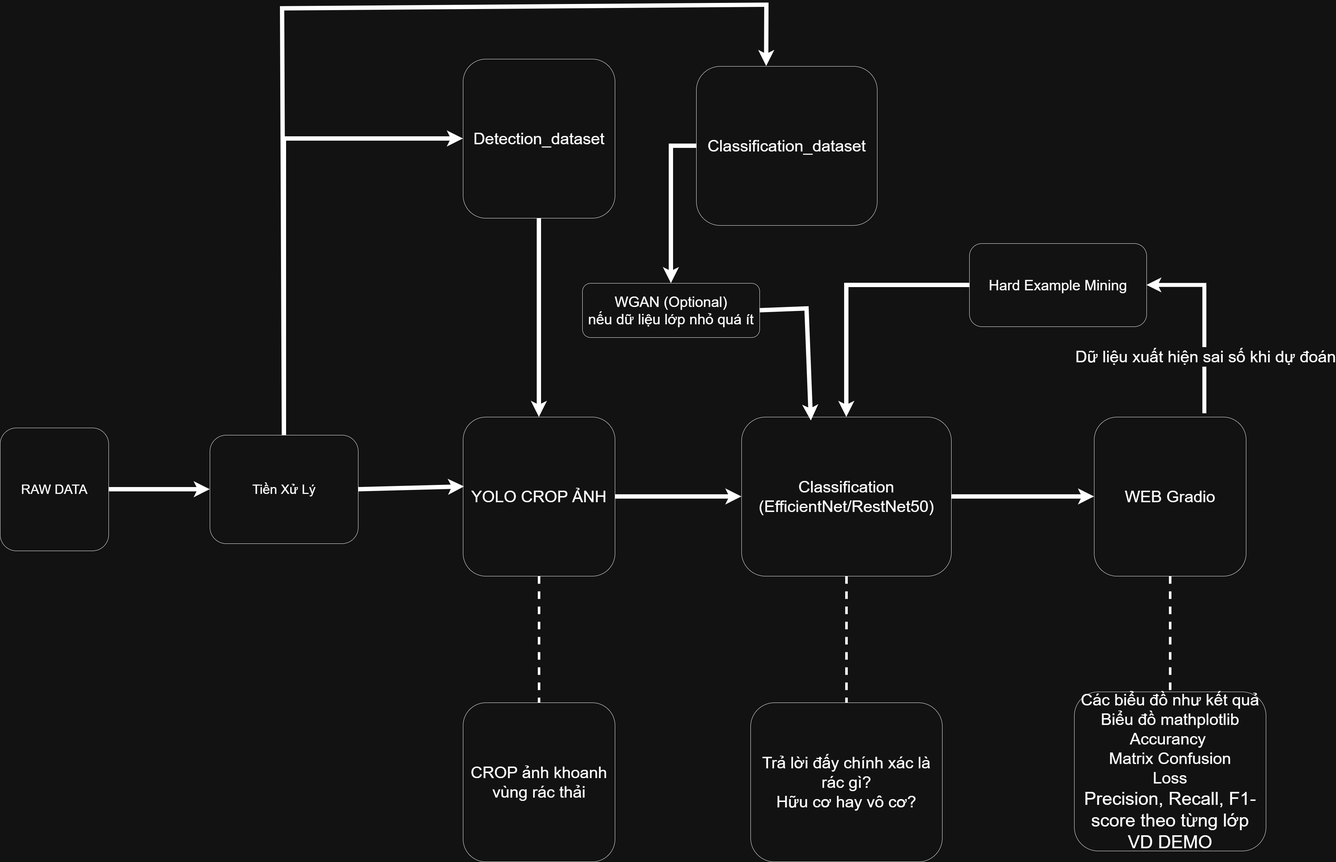
Before: assets/pipeline_overview.png, a diagram exported from draw.io (Vassy63/Waste-classification-n-detection-2526). Source tidied: cells renumbered, new cells last; positions are measured from the earlier drawing's top-left corner, leaving out a move shared by most shapes. Its diagram source:
```xml
<mxGraphModel>
  <root>
    <mxCell id="0" />
    <mxCell id="1" parent="0" />
    <mxCell id="2" value="&lt;font style=&quot;font-size: 36px;&quot;&gt;RAW DATA&lt;/font&gt;" style="rounded=1;whiteSpace=wrap;html=1;" parent="1" vertex="1">
      <mxGeometry y="1170" width="300" height="340" as="geometry" />
    </mxCell>
    <mxCell id="3" value="&lt;font style=&quot;font-size: 36px;&quot;&gt;Tiền Xử Lý&lt;/font&gt;" style="rounded=1;whiteSpace=wrap;html=1;" parent="1" vertex="1">
      <mxGeometry x="580" y="1190" width="410" height="300" as="geometry" />
    </mxCell>
    <mxCell id="4" value="&lt;font style=&quot;font-size: 45px;&quot;&gt;YOLO CROP ẢNH&lt;/font&gt;" style="rounded=1;whiteSpace=wrap;html=1;" parent="1" vertex="1">
      <mxGeometry x="1280" y="1140" width="420" height="440" as="geometry" />
    </mxCell>
    <mxCell id="5" value="&lt;font style=&quot;font-size: 45px;&quot;&gt;Classification (EfficientNet/RestNet50)&lt;/font&gt;" style="rounded=1;whiteSpace=wrap;html=1;" parent="1" vertex="1">
      <mxGeometry x="2050" y="1140" width="580" height="440" as="geometry" />
    </mxCell>
    <mxCell id="6" value="&lt;span style=&quot;font-size: 45px;&quot;&gt;WEB Gradio&lt;/span&gt;" style="rounded=1;whiteSpace=wrap;html=1;" parent="1" vertex="1">
      <mxGeometry x="3025" y="1140" width="420" height="440" as="geometry" />
    </mxCell>
    <mxCell id="7" value="&lt;span style=&quot;font-size: 45px;&quot;&gt;CROP ảnh khoanh vùng rác thải&lt;/span&gt;" style="rounded=1;whiteSpace=wrap;html=1;" parent="1" vertex="1">
      <mxGeometry x="1280" y="1930" width="420" height="440" as="geometry" />
    </mxCell>
    <mxCell id="8" value="&lt;span style=&quot;font-size: 45px;&quot;&gt;Trả lời đấy chính xác là rác gì?&lt;br&gt;Hữu cơ hay vô cơ?&lt;/span&gt;" style="rounded=1;whiteSpace=wrap;html=1;" parent="1" vertex="1">
      <mxGeometry x="2075" y="1930" width="530" height="440" as="geometry" />
    </mxCell>
    <mxCell id="9" value="&lt;span style=&quot;font-size: 45px;&quot;&gt;Các biểu đồ như kết quả&lt;br&gt;Biểu đồ mathplotlib&lt;br&gt;Accurancy&amp;nbsp;&lt;br&gt;Matrix Confusion&lt;br&gt;Loss&lt;/span&gt;&lt;div&gt;&lt;font style=&quot;font-size: 50px;&quot;&gt;Precision, Recall, F1-score theo từng lớp&lt;br&gt;VD DEMO&lt;/font&gt;&lt;span style=&quot;font-size: 45px;&quot;&gt;&lt;/span&gt;&lt;/div&gt;" style="rounded=1;whiteSpace=wrap;html=1;" parent="1" vertex="1">
      <mxGeometry x="2970" y="1900" width="530" height="440" as="geometry" />
    </mxCell>
    <mxCell id="10" value="&lt;span style=&quot;font-size: 45px;&quot;&gt;Detection_dataset&lt;/span&gt;" style="rounded=1;whiteSpace=wrap;html=1;" parent="1" vertex="1">
      <mxGeometry x="1280" y="150" width="420" height="440" as="geometry" />
    </mxCell>
    <mxCell id="11" value="&lt;span style=&quot;font-size: 45px;&quot;&gt;Classification_dataset&lt;/span&gt;" style="rounded=1;whiteSpace=wrap;html=1;" parent="1" vertex="1">
      <mxGeometry x="1925" y="170" width="500" height="440" as="geometry" />
    </mxCell>
    <mxCell id="12" value="&lt;font style=&quot;font-size: 40px;&quot;&gt;Hard Example Mining&lt;/font&gt;" style="rounded=1;whiteSpace=wrap;html=1;" parent="1" vertex="1">
      <mxGeometry x="2680" y="660" width="490" height="230" as="geometry" />
    </mxCell>
    <mxCell id="13" style="endArrow=classic;html=1;rounded=0;strokeWidth=12;exitX=1;exitY=0.5;exitDx=0;exitDy=0;entryX=0;entryY=0.5;entryDx=0;entryDy=0;" parent="1" edge="1" source="2" target="3">
      <mxGeometry relative="1" as="geometry" />
    </mxCell>
    <mxCell id="14" style="endArrow=classic;html=1;rounded=0;strokeWidth=12;exitX=0.5;exitY=0;exitDx=0;exitDy=0;entryX=0.387;entryY=-0.001;entryDx=0;entryDy=0;entryPerimeter=0;" parent="1" edge="1" source="3" target="11">
      <mxGeometry relative="1" as="geometry">
        <Array as="points">
          <mxPoint x="780" y="10" />
          <mxPoint x="2119" />
        </Array>
      </mxGeometry>
    </mxCell>
    <mxCell id="15" style="endArrow=classic;html=1;rounded=0;strokeWidth=12;exitX=1;exitY=0.5;exitDx=0;exitDy=0;entryX=0.007;entryY=0.437;entryDx=0;entryDy=0;entryPerimeter=0;" parent="1" edge="1" source="3" target="4">
      <mxGeometry relative="1" as="geometry" />
    </mxCell>
    <mxCell id="16" style="endArrow=classic;html=1;rounded=0;strokeWidth=12;exitX=0.5;exitY=0;exitDx=0;exitDy=0;entryX=0;entryY=0.5;entryDx=0;entryDy=0;" parent="1" edge="1" source="3" target="10">
      <mxGeometry relative="1" as="geometry">
        <Array as="points">
          <mxPoint x="785" y="370" />
        </Array>
      </mxGeometry>
    </mxCell>
    <mxCell id="17" style="endArrow=classic;html=1;rounded=0;strokeWidth=12;exitX=0.5;exitY=1;exitDx=0;exitDy=0;" parent="1" edge="1" source="10" target="4">
      <mxGeometry relative="1" as="geometry" />
    </mxCell>
    <mxCell id="18" style="endArrow=classic;html=1;rounded=0;strokeWidth=12;exitX=1;exitY=0.5;exitDx=0;exitDy=0;entryX=0;entryY=0.5;entryDx=0;entryDy=0;" parent="1" edge="1" source="4" target="5">
      <mxGeometry relative="1" as="geometry" />
    </mxCell>
    <mxCell id="19" style="endArrow=classic;html=1;rounded=0;strokeWidth=12;exitX=0;exitY=0.5;exitDx=0;exitDy=0;entryX=0.5;entryY=0;entryDx=0;entryDy=0;" parent="1" edge="1" source="11" target="25">
      <mxGeometry relative="1" as="geometry">
        <Array as="points">
          <mxPoint x="1855" y="390" />
        </Array>
      </mxGeometry>
    </mxCell>
    <mxCell id="20" style="endArrow=classic;html=1;rounded=0;strokeWidth=12;exitX=0;exitY=0.5;exitDx=0;exitDy=0;entryX=0.5;entryY=0;entryDx=0;entryDy=0;" parent="1" edge="1" source="12" target="5">
      <mxGeometry relative="1" as="geometry">
        <Array as="points">
          <mxPoint x="2340" y="775" />
        </Array>
      </mxGeometry>
    </mxCell>
    <mxCell id="21" style="endArrow=classic;html=1;rounded=0;strokeWidth=12;entryX=0;entryY=0.5;entryDx=0;entryDy=0;exitX=1;exitY=0.5;exitDx=0;exitDy=0;" parent="1" edge="1" source="5" target="6">
      <mxGeometry relative="1" as="geometry" />
    </mxCell>
    <mxCell id="22" style="endArrow=none;dashed=1;html=1;rounded=0;exitX=0.5;exitY=1;exitDx=0;exitDy=0;strokeWidth=7;" parent="1" edge="1" source="4" target="7">
      <mxGeometry relative="1" as="geometry" />
    </mxCell>
    <mxCell id="23" style="endArrow=none;dashed=1;html=1;rounded=0;exitX=0.5;exitY=1;exitDx=0;exitDy=0;strokeWidth=7;entryX=0.5;entryY=0;entryDx=0;entryDy=0;" parent="1" edge="1" source="6" target="9">
      <mxGeometry relative="1" as="geometry" />
    </mxCell>
    <mxCell id="24" style="endArrow=none;dashed=1;html=1;rounded=0;exitX=0.5;exitY=1;exitDx=0;exitDy=0;strokeWidth=7;entryX=0.5;entryY=0;entryDx=0;entryDy=0;" parent="1" edge="1" source="5" target="8">
      <mxGeometry relative="1" as="geometry" />
    </mxCell>
    <mxCell id="25" value="&lt;span style=&quot;font-size: 40px;&quot;&gt;WGAN (Optional)&lt;br&gt;nếu dữ liệu lớp nhỏ quá ít&lt;/span&gt;" style="rounded=1;whiteSpace=wrap;html=1;" parent="1" vertex="1">
      <mxGeometry x="1610" y="770" width="490" height="150" as="geometry" />
    </mxCell>
    <mxCell id="26" style="endArrow=classic;html=1;rounded=0;entryX=1;entryY=0.5;entryDx=0;entryDy=0;strokeWidth=11;" parent="1" edge="1" target="12">
      <mxGeometry relative="1" as="geometry">
        <mxPoint x="3330" y="1130" as="sourcePoint" />
        <Array as="points">
          <mxPoint x="3330" y="775" />
        </Array>
      </mxGeometry>
    </mxCell>
    <mxCell id="27" value="&lt;font style=&quot;font-size: 45px;&quot;&gt;Dữ liệu xuất hiện sai số khi dự đoán&lt;/font&gt;" style="edgeLabel;html=1;align=center;verticalAlign=middle;" parent="26" vertex="1">
      <mxGeometry relative="1" as="geometry">
        <mxPoint y="100" as="offset" />
      </mxGeometry>
    </mxCell>
    <mxCell id="28" style="endArrow=classic;html=1;rounded=0;strokeWidth=12;exitX=1;exitY=0.5;exitDx=0;exitDy=0;entryX=0.331;entryY=0.023;entryDx=0;entryDy=0;entryPerimeter=0;" parent="1" edge="1" source="25" target="5">
      <mxGeometry relative="1" as="geometry">
        <Array as="points">
          <mxPoint x="2230" y="840" />
        </Array>
      </mxGeometry>
    </mxCell>
  </root>
</mxGraphModel>
```
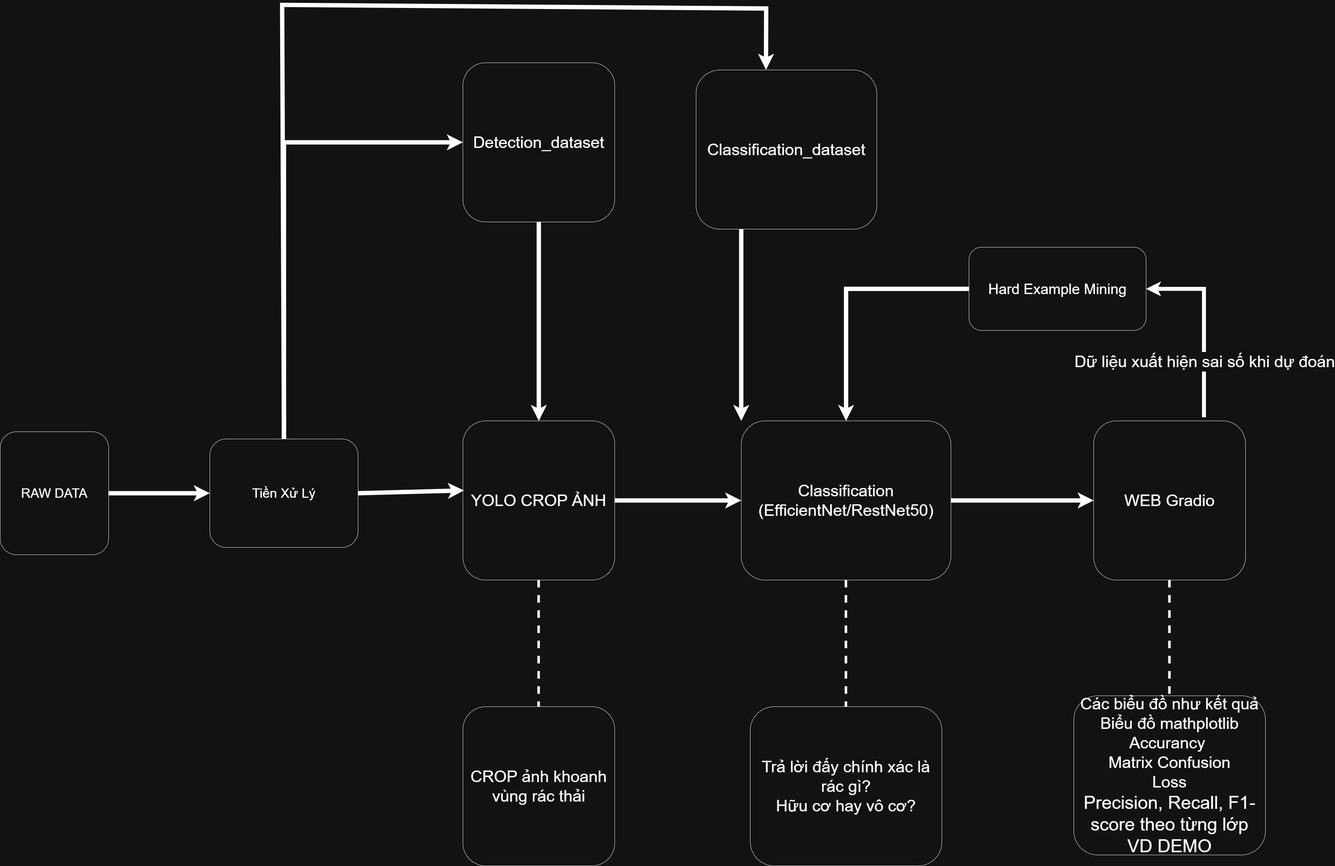
Later version of the same file.

Commit message:
Update pipeline overview image

Diff of the diagram source:
```diff
@@ -41,7 +41,7 @@
     <mxCell id="14" style="endArrow=classic;html=1;rounded=0;strokeWidth=12;exitX=0.5;exitY=0;exitDx=0;exitDy=0;entryX=0.387;entryY=-0.001;entryDx=0;entryDy=0;entryPerimeter=0;" parent="1" edge="1" source="3" target="11">
       <mxGeometry relative="1" as="geometry">
         <Array as="points">
-          <mxPoint x="780" y="10" />
+          <mxPoint x="780" y="-10" />
           <mxPoint x="2119" />
         </Array>
       </mxGeometry>
@@ -62,12 +62,8 @@
     <mxCell id="18" style="endArrow=classic;html=1;rounded=0;strokeWidth=12;exitX=1;exitY=0.5;exitDx=0;exitDy=0;entryX=0;entryY=0.5;entryDx=0;entryDy=0;" parent="1" edge="1" source="4" target="5">
       <mxGeometry relative="1" as="geometry" />
     </mxCell>
-    <mxCell id="19" style="endArrow=classic;html=1;rounded=0;strokeWidth=12;exitX=0;exitY=0.5;exitDx=0;exitDy=0;entryX=0.5;entryY=0;entryDx=0;entryDy=0;" parent="1" edge="1" source="11" target="25">
-      <mxGeometry relative="1" as="geometry">
-        <Array as="points">
-          <mxPoint x="1855" y="390" />
-        </Array>
-      </mxGeometry>
+    <mxCell id="19" style="endArrow=classic;html=1;rounded=0;strokeWidth=12;exitX=0.25;exitY=1;exitDx=0;exitDy=0;entryX=0;entryY=0;entryDx=0;entryDy=0;" parent="1" edge="1" source="11" target="5">
+      <mxGeometry relative="1" as="geometry" />
     </mxCell>
     <mxCell id="20" style="endArrow=classic;html=1;rounded=0;strokeWidth=12;exitX=0;exitY=0.5;exitDx=0;exitDy=0;entryX=0.5;entryY=0;entryDx=0;entryDy=0;" parent="1" edge="1" source="12" target="5">
       <mxGeometry relative="1" as="geometry">
@@ -88,9 +84,6 @@
     <mxCell id="24" style="endArrow=none;dashed=1;html=1;rounded=0;exitX=0.5;exitY=1;exitDx=0;exitDy=0;strokeWidth=7;entryX=0.5;entryY=0;entryDx=0;entryDy=0;" parent="1" edge="1" source="5" target="8">
       <mxGeometry relative="1" as="geometry" />
     </mxCell>
-    <mxCell id="25" value="&lt;span style=&quot;font-size: 40px;&quot;&gt;WGAN (Optional)&lt;br&gt;nếu dữ liệu lớp nhỏ quá ít&lt;/span&gt;" style="rounded=1;whiteSpace=wrap;html=1;" parent="1" vertex="1">
-      <mxGeometry x="1610" y="770" width="490" height="150" as="geometry" />
-    </mxCell>
     <mxCell id="26" style="endArrow=classic;html=1;rounded=0;entryX=1;entryY=0.5;entryDx=0;entryDy=0;strokeWidth=11;" parent="1" edge="1" target="12">
       <mxGeometry relative="1" as="geometry">
         <mxPoint x="3330" y="1130" as="sourcePoint" />
@@ -104,12 +97,5 @@
         <mxPoint y="100" as="offset" />
       </mxGeometry>
     </mxCell>
-    <mxCell id="28" style="endArrow=classic;html=1;rounded=0;strokeWidth=12;exitX=1;exitY=0.5;exitDx=0;exitDy=0;entryX=0.331;entryY=0.023;entryDx=0;entryDy=0;entryPerimeter=0;" parent="1" edge="1" source="25" target="5">
-      <mxGeometry relative="1" as="geometry">
-        <Array as="points">
-          <mxPoint x="2230" y="840" />
-        </Array>
-      </mxGeometry>
-    </mxCell>
   </root>
 </mxGraphModel>
```
